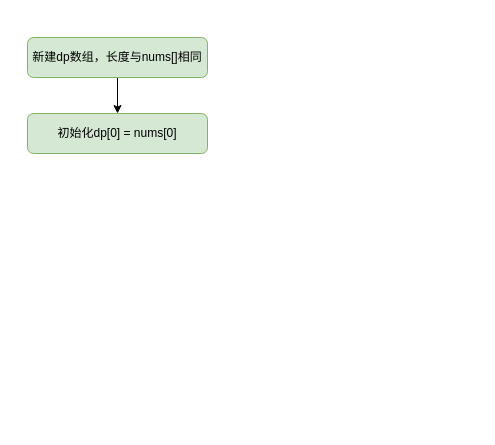
HonyoLAN/telmy keeps this draw.io diagram as 最大子数组和.drawio. Above is the earlier version. Source tidied: cells renumbered, new cells numbered last; positions are measured from the earlier drawing's top-left corner, leaving out a move shared by most shapes. Both pictures are drawn from the tidied source at 100%, with x=0, y=0 at pixel (27, 37).
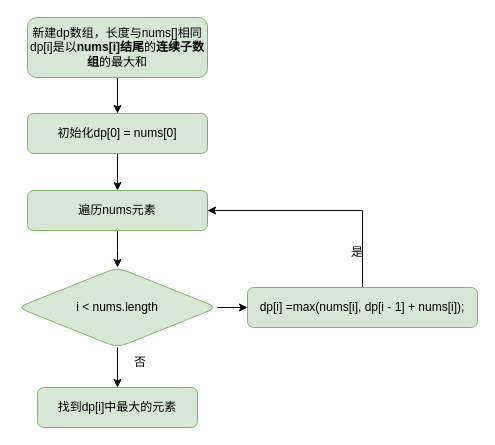
The same diagram, later.

Commit message (it also covers changes not shown here):
更新最大子数组和.drawio

The edit, as a diff of the source:
```diff
@@
 <mxGraphModel>
   <root>
     <mxCell id="0" />
     <mxCell id="1" parent="0" />
     <mxCell id="2" style="edgeStyle=orthogonalEdgeStyle;rounded=0;jettySize=auto;html=1;" parent="1" edge="1" source="3" target="4">
       <mxGeometry relative="1" as="geometry" />
     </mxCell>
-    <mxCell id="3" value="新建dp数组，长度与nums[]相同" style="rounded=1;whiteSpace=wrap;html=1;fillColor=#d5e8d4;strokeColor=#82b366;" parent="1" vertex="1">
-      <mxGeometry width="180" height="40" as="geometry" />
+    <mxCell id="3" value="新建dp数组，长度与nums[]相同&lt;br&gt;dp[i]是以&lt;span style=&quot;font-weight: 600&quot; class=&quot;notion-enable-hover&quot;&gt;nums[i]结尾&lt;/span&gt;的&lt;span style=&quot;font-weight: 600&quot; class=&quot;notion-enable-hover&quot;&gt;连续子数组&lt;/span&gt;的最大和" style="rounded=1;whiteSpace=wrap;html=1;fillColor=#d5e8d4;strokeColor=#82b366;" parent="1" vertex="1">
+      <mxGeometry y="-20" width="180" height="60" as="geometry" />
     </mxCell>
+    <mxCell id="5" style="edgeStyle=orthogonalEdgeStyle;rounded=0;jettySize=auto;html=1;" parent="1" edge="1" source="4" target="7">
+      <mxGeometry relative="1" as="geometry" />
+    </mxCell>
     <mxCell id="4" value="初始化dp[0] = nums[0]" style="rounded=1;whiteSpace=wrap;html=1;fillColor=#d5e8d4;strokeColor=#82b366;" parent="1" vertex="1">
       <mxGeometry y="76" width="180" height="40" as="geometry" />
     </mxCell>
+    <mxCell id="6" style="edgeStyle=orthogonalEdgeStyle;rounded=0;jettySize=auto;html=1;" parent="1" edge="1" source="7">
+      <mxGeometry relative="1" as="geometry">
+        <mxPoint x="90" y="230" as="targetPoint" />
+      </mxGeometry>
+    </mxCell>
+    <mxCell id="7" value="遍历nums元素" style="rounded=1;whiteSpace=wrap;html=1;fillColor=#d5e8d4;strokeColor=#82b366;" parent="1" vertex="1">
+      <mxGeometry y="153" width="180" height="40" as="geometry" />
+    </mxCell>
+    <mxCell id="8" style="edgeStyle=orthogonalEdgeStyle;rounded=0;jettySize=auto;html=1;" parent="1" edge="1" source="10" target="11">
+      <mxGeometry relative="1" as="geometry" />
+    </mxCell>
+    <mxCell id="9" style="edgeStyle=orthogonalEdgeStyle;rounded=0;jettySize=auto;html=1;" parent="1" edge="1" source="10" target="14">
+      <mxGeometry relative="1" as="geometry" />
+    </mxCell>
+    <mxCell id="10" value="i &amp;lt; nums.length" style="rhombus;whiteSpace=wrap;html=1;fillColor=#d5e8d4;strokeColor=#82b366;rounded=1;" parent="1" vertex="1">
+      <mxGeometry x="-10" y="230" width="200" height="80" as="geometry" />
+    </mxCell>
+    <mxCell id="11" value="找到dp[i]中最大的元素" style="whiteSpace=wrap;html=1;fillColor=#d5e8d4;strokeColor=#82b366;rounded=1;" parent="1" vertex="1">
+      <mxGeometry x="10" y="350" width="160" height="40" as="geometry" />
+    </mxCell>
+    <mxCell id="12" value="是" style="text;html=1;strokeColor=none;fillColor=none;align=center;verticalAlign=middle;whiteSpace=wrap;rounded=0;" parent="1" vertex="1">
+      <mxGeometry x="300" y="200" width="60" height="30" as="geometry" />
+    </mxCell>
+    <mxCell id="13" style="edgeStyle=orthogonalEdgeStyle;rounded=0;jettySize=auto;html=1;exitX=0.5;exitY=0;exitDx=0;exitDy=0;entryX=1;entryY=0.5;entryDx=0;entryDy=0;" parent="1" edge="1" source="14" target="7">
+      <mxGeometry relative="1" as="geometry" />
+    </mxCell>
+    <mxCell id="14" value="&lt;span&gt;dp[i] =max(nums[i], dp[i - 1] + nums[i]);&lt;/span&gt;" style="whiteSpace=wrap;html=1;fillColor=#d5e8d4;strokeColor=#82b366;rounded=1;" parent="1" vertex="1">
+      <mxGeometry x="220" y="250" width="230" height="40" as="geometry" />
+    </mxCell>
+    <mxCell id="15" value="否" style="text;html=1;strokeColor=none;fillColor=none;align=center;verticalAlign=middle;whiteSpace=wrap;rounded=0;" parent="1" vertex="1">
+      <mxGeometry x="100" y="310" width="26" height="30" as="geometry" />
+    </mxCell>
   </root>
 </mxGraphModel>
```
